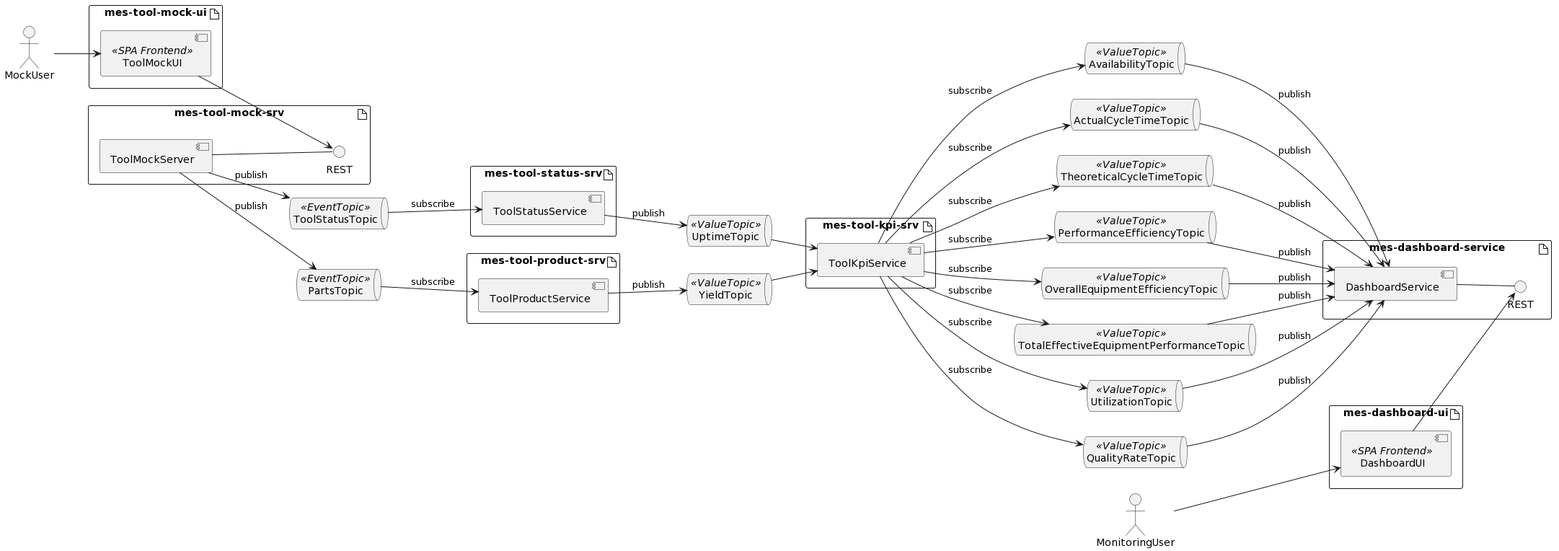
Above: doc/mes-deploy.png in onouv/mes-tool-mock-srv (PlantUML), before the change.
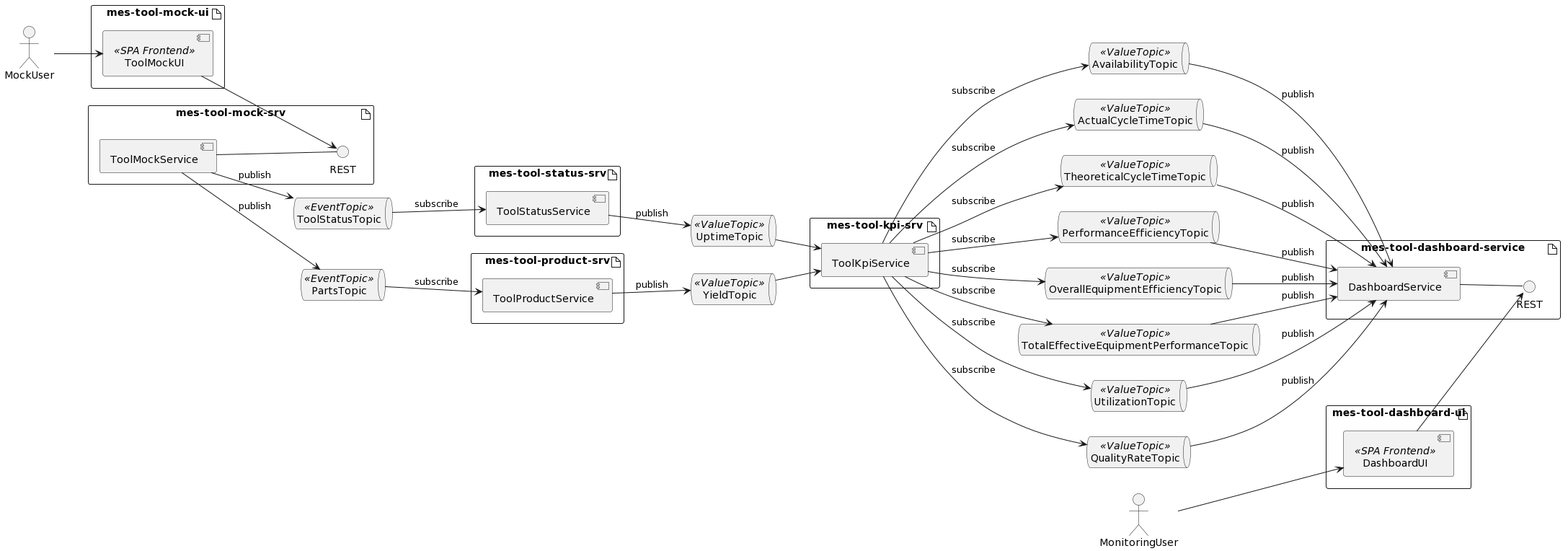
After the change.

What changed in the source:
```diff
@@ -7,9 +7,9 @@
 }
 
 artifact "mes-tool-mock-srv" {
-    component ToolMockServer
+    component ToolMockService
     interface REST as rest2
-    ToolMockServer -- rest2
+    ToolMockService -- rest2
 }
 
 actor MockUser
@@ -31,14 +31,14 @@
     component ToolKpiService
 }
 
-artifact "mes-dashboard-service" {
+artifact "mes-tool-dashboard-service" {
     component DashboardService
 
     interface REST as rest3
     DashboardService -- rest3
 }
 
-artifact "mes-dashboard-ui" {
+artifact "mes-tool-dashboard-ui" {
     component DashboardUI <<SPA Frontend>>
 }
 
@@ -56,8 +56,8 @@
 MockUser --> ToolMockUI
 ToolMockUI --> rest2
 
-ToolMockServer --> ToolStatusTopic: publish
-ToolMockServer --> PartsTopic: publish
+ToolMockService --> ToolStatusTopic: publish
+ToolMockService --> PartsTopic: publish
 
 ToolProductService --> YieldTopic: publish
 PartsTopic --> ToolProductService: subscribe
```
